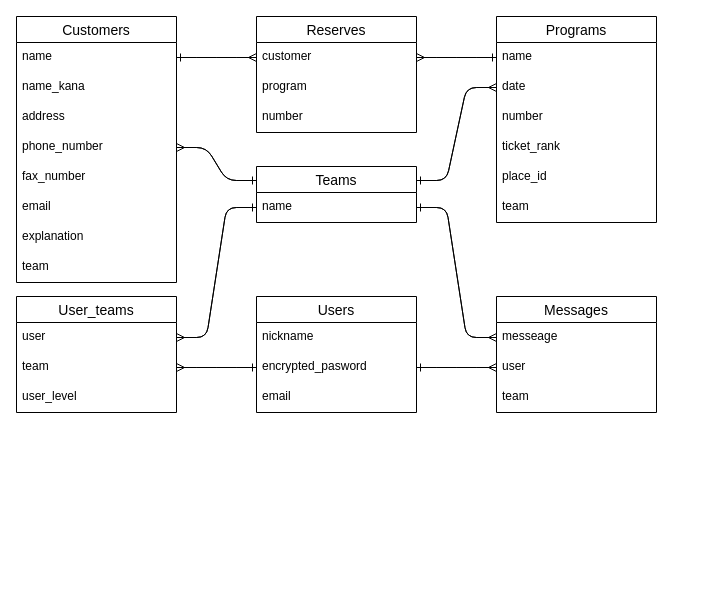
This is ER.dio from hachiko38101/ticket_bunch, a draw.io file, before an edit. Source tidied: cells renumbered, new cells numbered last; positions are measured from the earlier drawing's top-left corner, leaving out a move shared by most shapes. Both pictures are drawn from the tidied source at 100%, with x=0, y=0 at pixel (16, 16).
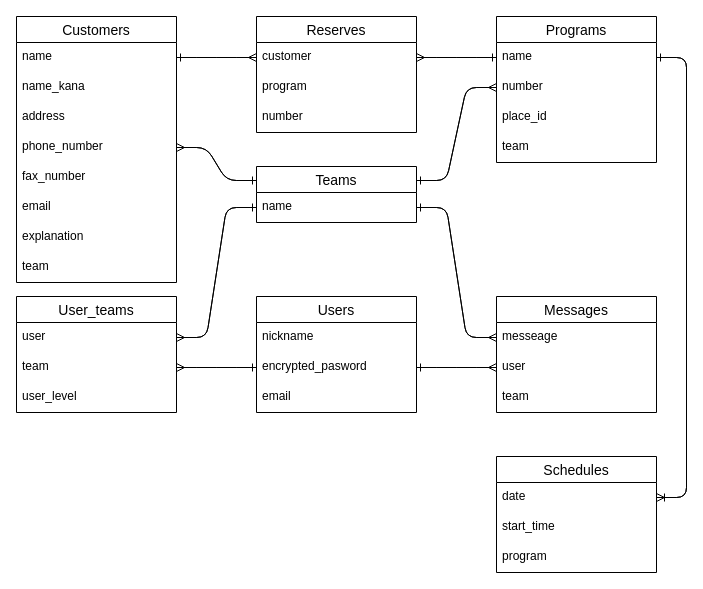
The same diagram, later.

The change refers to these unchanged cells:
```xml
<mxCell id="3" value="name " style="text;strokeColor=none;fillColor=none;spacingLeft=4;spacingRight=4;overflow=hidden;points=[[0,0.5],[1,0.5]];portConstraint=eastwest;fontSize=12;" parent="2" vertex="1">
  <mxGeometry y="26" width="160" height="30" as="geometry" />
</mxCell>
<mxCell id="22" value="Teams" style="swimlane;fontStyle=0;horizontal=1;startSize=26;align=center;fontSize=14;" parent="1" vertex="1">
  <mxGeometry x="240" y="150" width="160" height="56" as="geometry" />
</mxCell>
```

Change to the diagram source:
```diff
@@
     <mxCell id="2" value="Programs" style="swimlane;fontStyle=0;horizontal=1;startSize=26;align=center;fontSize=14;" parent="1" vertex="1">
-      <mxGeometry x="480" width="160" height="206" as="geometry" />
+      <mxGeometry x="480" width="160" height="146" as="geometry" />
     </mxCell>
@@
-    <mxCell id="4" value="date&#10;" style="text;strokeColor=none;fillColor=none;spacingLeft=4;spacingRight=4;overflow=hidden;points=[[0,0.5],[1,0.5]];portConstraint=eastwest;fontSize=12;" parent="2" vertex="1">
-      <mxGeometry y="56" width="160" height="30" as="geometry" />
-    </mxCell>
     <mxCell id="5" value="number" style="text;strokeColor=none;fillColor=none;spacingLeft=4;spacingRight=4;overflow=hidden;points=[[0,0.5],[1,0.5]];portConstraint=eastwest;fontSize=12;" parent="2" vertex="1">
-      <mxGeometry y="86" width="160" height="30" as="geometry" />
+      <mxGeometry y="56" width="160" height="30" as="geometry" />
     </mxCell>
-    <mxCell id="6" value="ticket_rank" style="text;strokeColor=none;fillColor=none;spacingLeft=4;spacingRight=4;overflow=hidden;fontSize=12;" parent="2" vertex="1">
-      <mxGeometry y="116" width="160" height="30" as="geometry" />
-    </mxCell>
     <mxCell id="7" value="place_id" style="text;strokeColor=none;fillColor=none;spacingLeft=4;spacingRight=4;overflow=hidden;fontSize=12;" parent="2" vertex="1">
-      <mxGeometry y="146" width="160" height="30" as="geometry" />
+      <mxGeometry y="86" width="160" height="30" as="geometry" />
     </mxCell>
     <mxCell id="8" value="team" style="text;strokeColor=none;fillColor=none;spacingLeft=4;spacingRight=4;overflow=hidden;fontSize=12;" parent="2" vertex="1">
-      <mxGeometry y="176" width="160" height="30" as="geometry" />
+      <mxGeometry y="116" width="160" height="30" as="geometry" />
     </mxCell>
@@
-    <mxCell id="42" style="edgeStyle=entityRelationEdgeStyle;fontSize=12;html=1;endArrow=ERmany;exitX=1;exitY=0.25;exitDx=0;exitDy=0;entryX=0;entryY=0.5;entryDx=0;entryDy=0;" parent="1" edge="1" source="22" target="4">
-      <mxGeometry relative="1" as="geometry" />
+    <mxCell id="42" style="edgeStyle=entityRelationEdgeStyle;fontSize=12;html=1;endArrow=ERmany;exitX=1;exitY=0.25;exitDx=0;exitDy=0;entryX=0;entryY=0.5;entryDx=0;entryDy=0;" parent="1" edge="1" source="22">
+      <mxGeometry relative="1" as="geometry">
+        <mxPoint x="480" y="71" as="targetPoint" />
+      </mxGeometry>
     </mxCell>
-    <mxCell id="43" style="edgeStyle=entityRelationEdgeStyle;fontSize=12;html=1;endArrow=ERone;endFill=1;exitX=0;exitY=0.5;exitDx=0;exitDy=0;entryX=1;entryY=0.25;entryDx=0;entryDy=0;" parent="1" edge="1" source="4" target="22">
+    <mxCell id="43" style="edgeStyle=entityRelationEdgeStyle;fontSize=12;html=1;endArrow=ERone;endFill=1;exitX=0;exitY=0.5;exitDx=0;exitDy=0;entryX=1;entryY=0.25;entryDx=0;entryDy=0;" parent="1" edge="1" source="5" target="22">
       <mxGeometry relative="1" as="geometry" />
     </mxCell>
@@
+    <mxCell id="52" value="Schedules" style="swimlane;fontStyle=0;horizontal=1;startSize=26;align=center;fontSize=14;" parent="1" vertex="1">
+      <mxGeometry x="480" y="440" width="160" height="116" as="geometry" />
+    </mxCell>
+    <mxCell id="4" value="date" style="text;strokeColor=none;fillColor=none;spacingLeft=4;spacingRight=4;overflow=hidden;points=[[0,0.5],[1,0.5]];portConstraint=eastwest;fontSize=12;" parent="52" vertex="1">
+      <mxGeometry y="26" width="160" height="30" as="geometry" />
+    </mxCell>
+    <mxCell id="53" value="start_time" style="text;strokeColor=none;fillColor=none;spacingLeft=4;spacingRight=4;overflow=hidden;fontSize=12;" parent="52" vertex="1">
+      <mxGeometry y="56" width="160" height="30" as="geometry" />
+    </mxCell>
+    <mxCell id="54" value="program" style="text;strokeColor=none;fillColor=none;spacingLeft=4;spacingRight=4;overflow=hidden;fontSize=12;" parent="52" vertex="1">
+      <mxGeometry y="86" width="160" height="30" as="geometry" />
+    </mxCell>
+    <mxCell id="55" style="edgeStyle=entityRelationEdgeStyle;fontSize=12;html=1;endArrow=ERoneToMany;exitX=1;exitY=0.5;exitDx=0;exitDy=0;entryX=1;entryY=0.5;entryDx=0;entryDy=0;" parent="1" edge="1" source="3" target="4">
+      <mxGeometry relative="1" as="geometry" />
+    </mxCell>
+    <mxCell id="56" style="edgeStyle=entityRelationEdgeStyle;fontSize=12;html=1;endArrow=ERone;endFill=1;entryX=1;entryY=0.5;entryDx=0;entryDy=0;exitX=1;exitY=0.5;exitDx=0;exitDy=0;" parent="1" edge="1" source="4" target="3">
+      <mxGeometry relative="1" as="geometry" />
+    </mxCell>
```
